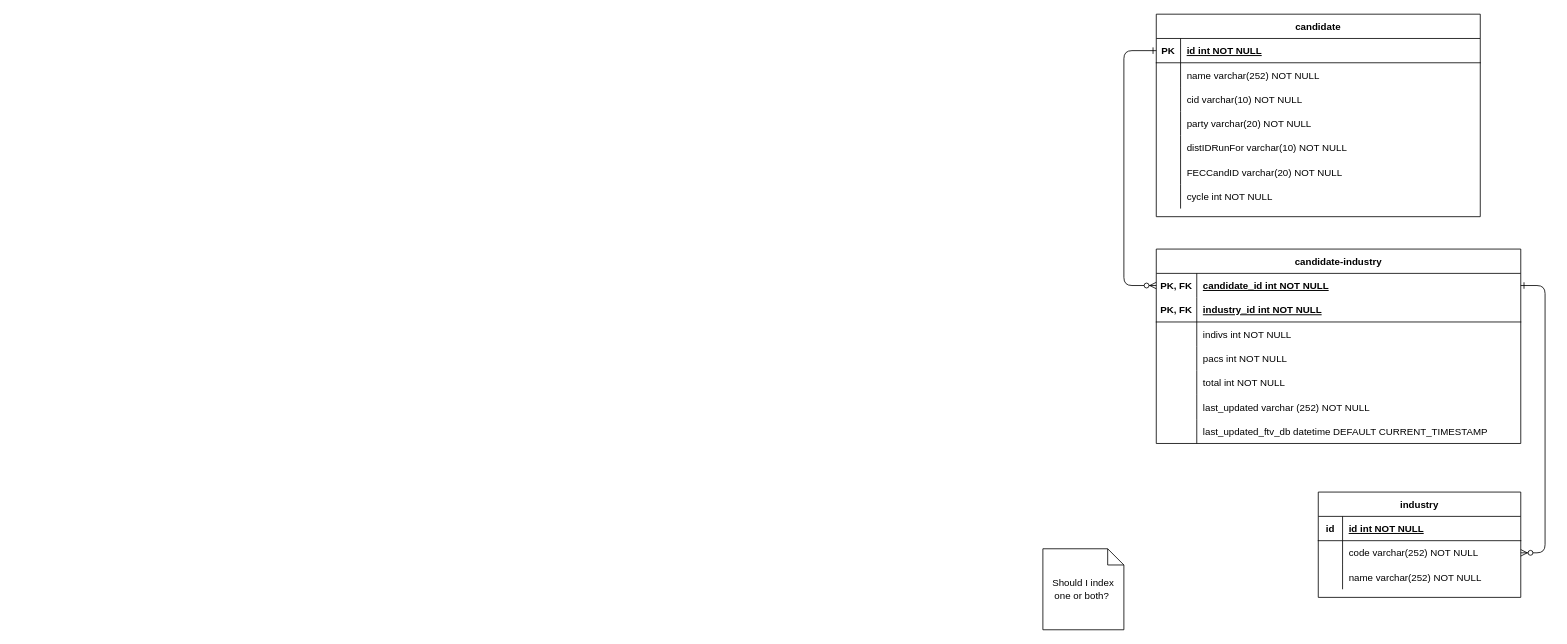
Earlier version of the draw.io diagram serverside/database/database_structure.drawio (FundsToVotes/FTV_2022). Source tidied: cells renumbered, new cells numbered last; positions are measured from the earlier drawing's top-left corner, leaving out a move shared by most shapes. Both pictures are drawn from the tidied source at 81%, with x=0, y=0 at pixel (1042, 14).
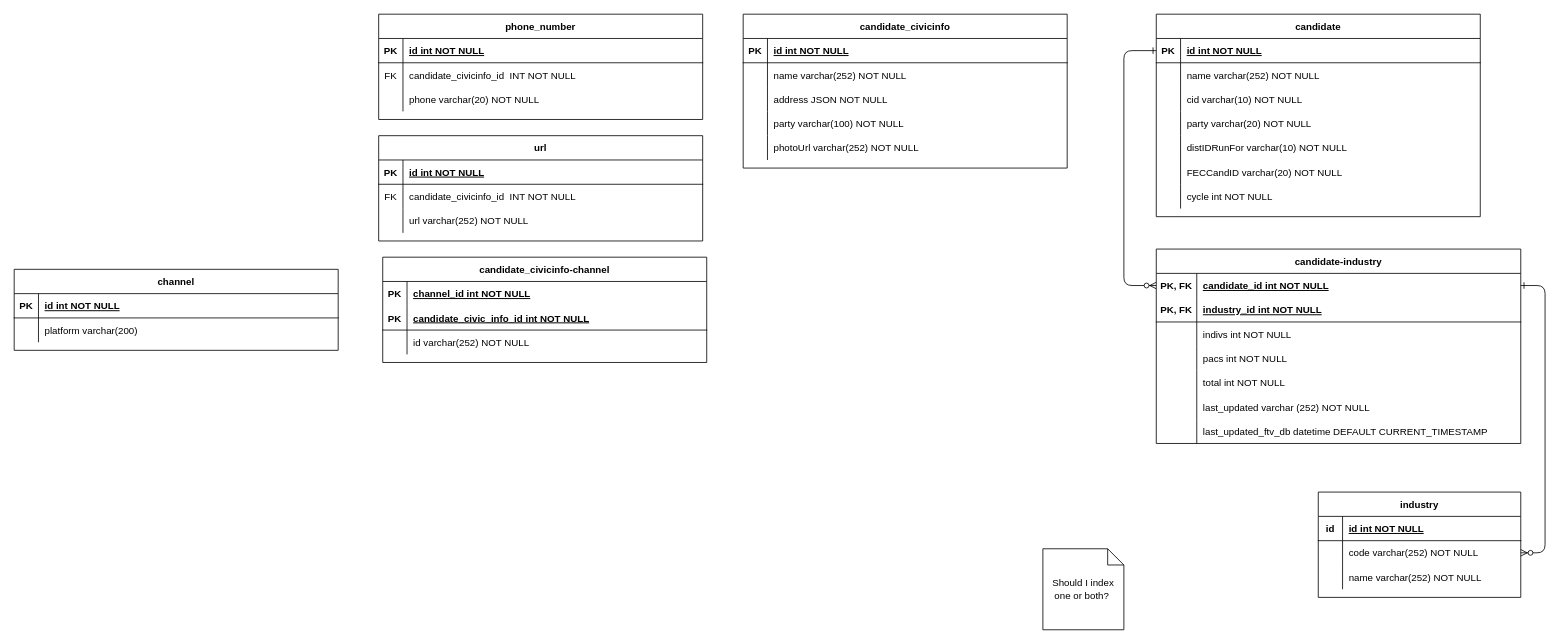
The same diagram, later.

Change to the diagram source:
```diff
@@
+    <mxCell id="59" value="candidate_civicinfo" style="shape=table;startSize=30;childLayout=tableLayout;rowLines=0;fontStyle=1;align=center;" parent="1" vertex="1">
+      <mxGeometry x="-370" width="400" height="190" as="geometry" />
+    </mxCell>
+    <mxCell id="60" style="shape=partialRectangle;fillColor=none;top=0;left=0;right=0;bottom=1;" parent="59" vertex="1">
+      <mxGeometry y="30" width="400" height="30" as="geometry" />
+    </mxCell>
+    <mxCell id="61" value="PK" style="shape=partialRectangle;overflow=hidden;fillColor=none;top=0;left=0;bottom=0;right=0;fontStyle=1;" parent="60" vertex="1">
+      <mxGeometry width="30" height="30" as="geometry" />
+    </mxCell>
+    <mxCell id="62" value="id int NOT NULL" style="shape=partialRectangle;overflow=hidden;fillColor=none;top=0;left=0;bottom=0;right=0;align=left;spacingLeft=6;fontStyle=5;" parent="60" vertex="1">
+      <mxGeometry x="30" width="370" height="30" as="geometry" />
+    </mxCell>
+    <mxCell id="63" style="shape=partialRectangle;fillColor=none;top=0;left=0;right=0;bottom=0;" parent="59" vertex="1">
+      <mxGeometry y="60" width="400" height="30" as="geometry" />
+    </mxCell>
+    <mxCell id="64" style="shape=partialRectangle;overflow=hidden;fillColor=none;top=0;left=0;bottom=0;right=0;" parent="63" vertex="1">
+      <mxGeometry width="30" height="30" as="geometry" />
+    </mxCell>
+    <mxCell id="65" value="name varchar(252) NOT NULL" style="shape=partialRectangle;overflow=hidden;fillColor=none;top=0;left=0;bottom=0;right=0;align=left;spacingLeft=6;" parent="63" vertex="1">
+      <mxGeometry x="30" width="370" height="30" as="geometry" />
+    </mxCell>
+    <mxCell id="66" style="shape=partialRectangle;fillColor=none;top=0;left=0;right=0;bottom=0;" parent="59" vertex="1">
+      <mxGeometry y="90" width="400" height="30" as="geometry" />
+    </mxCell>
+    <mxCell id="67" value="    " style="shape=partialRectangle;overflow=hidden;fillColor=none;top=0;left=0;bottom=0;right=0;" parent="66" vertex="1">
+      <mxGeometry width="30" height="30" as="geometry" />
+    </mxCell>
+    <mxCell id="68" value="address JSON NOT NULL" style="shape=partialRectangle;overflow=hidden;fillColor=none;top=0;left=0;bottom=0;right=0;align=left;spacingLeft=6;" parent="66" vertex="1">
+      <mxGeometry x="30" width="370" height="30" as="geometry" />
+    </mxCell>
+    <mxCell id="69" style="shape=partialRectangle;fillColor=none;top=0;left=0;right=0;bottom=0;" parent="59" vertex="1">
+      <mxGeometry y="120" width="400" height="30" as="geometry" />
+    </mxCell>
+    <mxCell id="70" value="    " style="shape=partialRectangle;overflow=hidden;fillColor=none;top=0;left=0;bottom=0;right=0;" parent="69" vertex="1">
+      <mxGeometry width="30" height="30" as="geometry" />
+    </mxCell>
+    <mxCell id="71" value="party varchar(100) NOT NULL" style="shape=partialRectangle;overflow=hidden;fillColor=none;top=0;left=0;bottom=0;right=0;align=left;spacingLeft=6;" parent="69" vertex="1">
+      <mxGeometry x="30" width="370" height="30" as="geometry" />
+    </mxCell>
+    <mxCell id="72" style="shape=partialRectangle;fillColor=none;top=0;left=0;right=0;bottom=0;" parent="59" vertex="1">
+      <mxGeometry y="150" width="400" height="30" as="geometry" />
+    </mxCell>
+    <mxCell id="73" value="    " style="shape=partialRectangle;overflow=hidden;fillColor=none;top=0;left=0;bottom=0;right=0;" parent="72" vertex="1">
+      <mxGeometry width="30" height="30" as="geometry" />
+    </mxCell>
+    <mxCell id="74" value="photoUrl varchar(252) NOT NULL" style="shape=partialRectangle;overflow=hidden;fillColor=none;top=0;left=0;bottom=0;right=0;align=left;spacingLeft=6;" parent="72" vertex="1">
+      <mxGeometry x="30" width="370" height="30" as="geometry" />
+    </mxCell>
+    <mxCell id="75" value="phone_number" style="shape=table;startSize=30;childLayout=tableLayout;rowLines=0;fontStyle=1;align=center;" parent="1" vertex="1">
+      <mxGeometry x="-820" width="400" height="130" as="geometry" />
+    </mxCell>
+    <mxCell id="76" style="shape=partialRectangle;fillColor=none;top=0;left=0;right=0;bottom=1;" parent="75" vertex="1">
+      <mxGeometry y="30" width="400" height="30" as="geometry" />
+    </mxCell>
+    <mxCell id="77" value="PK" style="shape=partialRectangle;overflow=hidden;fillColor=none;top=0;left=0;bottom=0;right=0;fontStyle=1;" parent="76" vertex="1">
+      <mxGeometry width="30" height="30" as="geometry" />
+    </mxCell>
+    <mxCell id="78" value="id int NOT NULL" style="shape=partialRectangle;overflow=hidden;fillColor=none;top=0;left=0;bottom=0;right=0;align=left;spacingLeft=6;fontStyle=5;" parent="76" vertex="1">
+      <mxGeometry x="30" width="370" height="30" as="geometry" />
+    </mxCell>
+    <mxCell id="79" style="shape=partialRectangle;fillColor=none;top=0;left=0;right=0;bottom=0;" parent="75" vertex="1">
+      <mxGeometry y="60" width="400" height="30" as="geometry" />
+    </mxCell>
+    <mxCell id="80" value="FK" style="shape=partialRectangle;overflow=hidden;fillColor=none;top=0;left=0;bottom=0;right=0;" parent="79" vertex="1">
+      <mxGeometry width="30" height="30" as="geometry" />
+    </mxCell>
+    <mxCell id="81" value="candidate_civicinfo_id  INT NOT NULL " style="shape=partialRectangle;overflow=hidden;fillColor=none;top=0;left=0;bottom=0;right=0;align=left;spacingLeft=6;" parent="79" vertex="1">
+      <mxGeometry x="30" width="370" height="30" as="geometry" />
+    </mxCell>
+    <mxCell id="82" style="shape=partialRectangle;fillColor=none;top=0;left=0;right=0;bottom=0;" parent="75" vertex="1">
+      <mxGeometry y="90" width="400" height="30" as="geometry" />
+    </mxCell>
+    <mxCell id="83" value="    " style="shape=partialRectangle;overflow=hidden;fillColor=none;top=0;left=0;bottom=0;right=0;" parent="82" vertex="1">
+      <mxGeometry width="30" height="30" as="geometry" />
+    </mxCell>
+    <mxCell id="84" value="phone varchar(20) NOT NULL" style="shape=partialRectangle;overflow=hidden;fillColor=none;top=0;left=0;bottom=0;right=0;align=left;spacingLeft=6;" parent="82" vertex="1">
+      <mxGeometry x="30" width="370" height="30" as="geometry" />
+    </mxCell>
+    <mxCell id="85" value="url" style="shape=table;startSize=30;childLayout=tableLayout;rowLines=0;fontStyle=1;align=center;" parent="1" vertex="1">
+      <mxGeometry x="-820" y="150" width="400" height="130" as="geometry" />
+    </mxCell>
+    <mxCell id="86" style="shape=partialRectangle;fillColor=none;top=0;left=0;right=0;bottom=1;" parent="85" vertex="1">
+      <mxGeometry y="30" width="400" height="30" as="geometry" />
+    </mxCell>
+    <mxCell id="87" value="PK" style="shape=partialRectangle;overflow=hidden;fillColor=none;top=0;left=0;bottom=0;right=0;fontStyle=1;" parent="86" vertex="1">
+      <mxGeometry width="30" height="30" as="geometry" />
+    </mxCell>
+    <mxCell id="88" value="id int NOT NULL" style="shape=partialRectangle;overflow=hidden;fillColor=none;top=0;left=0;bottom=0;right=0;align=left;spacingLeft=6;fontStyle=5;" parent="86" vertex="1">
+      <mxGeometry x="30" width="370" height="30" as="geometry" />
+    </mxCell>
+    <mxCell id="89" style="shape=partialRectangle;fillColor=none;top=0;left=0;right=0;bottom=0;" parent="85" vertex="1">
+      <mxGeometry y="60" width="400" height="30" as="geometry" />
+    </mxCell>
+    <mxCell id="90" value="FK" style="shape=partialRectangle;overflow=hidden;fillColor=none;top=0;left=0;bottom=0;right=0;" parent="89" vertex="1">
+      <mxGeometry width="30" height="30" as="geometry" />
+    </mxCell>
+    <mxCell id="91" value="candidate_civicinfo_id  INT NOT NULL " style="shape=partialRectangle;overflow=hidden;fillColor=none;top=0;left=0;bottom=0;right=0;align=left;spacingLeft=6;" parent="89" vertex="1">
+      <mxGeometry x="30" width="370" height="30" as="geometry" />
+    </mxCell>
+    <mxCell id="92" style="shape=partialRectangle;fillColor=none;top=0;left=0;right=0;bottom=0;" parent="85" vertex="1">
+      <mxGeometry y="90" width="400" height="30" as="geometry" />
+    </mxCell>
+    <mxCell id="93" value="    " style="shape=partialRectangle;overflow=hidden;fillColor=none;top=0;left=0;bottom=0;right=0;" parent="92" vertex="1">
+      <mxGeometry width="30" height="30" as="geometry" />
+    </mxCell>
+    <mxCell id="94" value="url varchar(252) NOT NULL" style="shape=partialRectangle;overflow=hidden;fillColor=none;top=0;left=0;bottom=0;right=0;align=left;spacingLeft=6;" parent="92" vertex="1">
+      <mxGeometry x="30" width="370" height="30" as="geometry" />
+    </mxCell>
+    <mxCell id="95" value="candidate_civicinfo-channel" style="shape=table;startSize=30;childLayout=tableLayout;rowLines=0;fontStyle=1;align=center;" parent="1" vertex="1">
+      <mxGeometry x="-815" y="300" width="400" height="130" as="geometry" />
+    </mxCell>
+    <mxCell id="96" style="shape=partialRectangle;fillColor=none;top=0;left=0;right=0;bottom=1;strokeColor=none;" parent="95" vertex="1">
+      <mxGeometry y="30" width="400" height="30" as="geometry" />
+    </mxCell>
+    <mxCell id="97" value="PK" style="shape=partialRectangle;overflow=hidden;fillColor=none;top=0;left=0;bottom=0;right=0;fontStyle=1;" parent="96" vertex="1">
+      <mxGeometry width="30" height="30" as="geometry" />
+    </mxCell>
+    <mxCell id="98" value="channel_id int NOT NULL" style="shape=partialRectangle;overflow=hidden;fillColor=none;top=0;left=0;bottom=0;right=0;align=left;spacingLeft=6;fontStyle=5;strokeColor=none;" parent="96" vertex="1">
+      <mxGeometry x="30" width="370" height="30" as="geometry" />
+    </mxCell>
+    <mxCell id="99" style="shape=partialRectangle;fillColor=none;top=0;left=0;right=0;bottom=1;" parent="95" vertex="1">
+      <mxGeometry y="60" width="400" height="30" as="geometry" />
+    </mxCell>
+    <mxCell id="100" value="PK" style="shape=partialRectangle;overflow=hidden;fillColor=none;top=0;left=0;bottom=0;right=0;fontStyle=1;" parent="99" vertex="1">
+      <mxGeometry width="30" height="30" as="geometry" />
+    </mxCell>
+    <mxCell id="101" value="candidate_civic_info_id int NOT NULL" style="shape=partialRectangle;overflow=hidden;fillColor=none;top=0;left=0;bottom=0;right=0;align=left;spacingLeft=6;fontStyle=5;" parent="99" vertex="1">
+      <mxGeometry x="30" width="370" height="30" as="geometry" />
+    </mxCell>
+    <mxCell id="102" style="shape=partialRectangle;fillColor=none;top=0;left=0;right=0;bottom=0;" parent="95" vertex="1">
+      <mxGeometry y="90" width="400" height="30" as="geometry" />
+    </mxCell>
+    <mxCell id="103" style="shape=partialRectangle;overflow=hidden;fillColor=none;top=0;left=0;bottom=0;right=0;" parent="102" vertex="1">
+      <mxGeometry width="30" height="30" as="geometry" />
+    </mxCell>
+    <mxCell id="104" value="id varchar(252) NOT NULL" style="shape=partialRectangle;overflow=hidden;fillColor=none;top=0;left=0;bottom=0;right=0;align=left;spacingLeft=6;" parent="102" vertex="1">
+      <mxGeometry x="30" width="370" height="30" as="geometry" />
+    </mxCell>
+    <mxCell id="105" value="channel" style="shape=table;startSize=30;childLayout=tableLayout;rowLines=0;fontStyle=1;align=center;" parent="1" vertex="1">
+      <mxGeometry x="-1270" y="315" width="400" height="100" as="geometry" />
+    </mxCell>
+    <mxCell id="106" style="shape=partialRectangle;fillColor=none;top=0;left=0;right=0;bottom=1;" parent="105" vertex="1">
+      <mxGeometry y="30" width="400" height="30" as="geometry" />
+    </mxCell>
+    <mxCell id="107" value="PK" style="shape=partialRectangle;overflow=hidden;fillColor=none;top=0;left=0;bottom=0;right=0;fontStyle=1;" parent="106" vertex="1">
+      <mxGeometry width="30" height="30" as="geometry" />
+    </mxCell>
+    <mxCell id="108" value="id int NOT NULL" style="shape=partialRectangle;overflow=hidden;fillColor=none;top=0;left=0;bottom=0;right=0;align=left;spacingLeft=6;fontStyle=5;" parent="106" vertex="1">
+      <mxGeometry x="30" width="370" height="30" as="geometry" />
+    </mxCell>
+    <mxCell id="109" style="shape=partialRectangle;fillColor=none;top=0;left=0;right=0;bottom=0;" parent="105" vertex="1">
+      <mxGeometry y="60" width="400" height="30" as="geometry" />
+    </mxCell>
+    <mxCell id="110" value="    " style="shape=partialRectangle;overflow=hidden;fillColor=none;top=0;left=0;bottom=0;right=0;" parent="109" vertex="1">
+      <mxGeometry width="30" height="30" as="geometry" />
+    </mxCell>
+    <mxCell id="111" value="platform varchar(200)" style="shape=partialRectangle;overflow=hidden;fillColor=none;top=0;left=0;bottom=0;right=0;align=left;spacingLeft=6;" parent="109" vertex="1">
+      <mxGeometry x="30" width="370" height="30" as="geometry" />
+    </mxCell>
```
